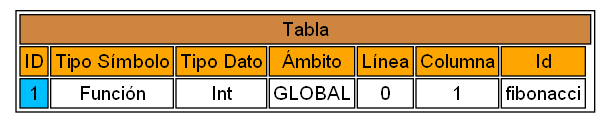
Earlier version of the Graphviz export Server_OLC2/imagenes/tabla.png (sebbbasdl/OLC2_P2_201906085). Its source is kept beside it as Server_OLC2/imagenes/tabla.dot.
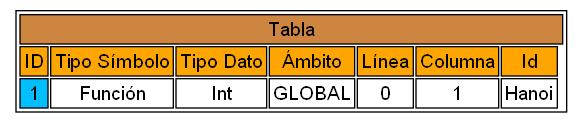
Above is the later version.

What changed in the source:
```diff
@@ -2,6 +2,6 @@
   node [shape=none fontname=Helvetica]
   n1 [label = <<table>
     <tr><td colspan="9" bgcolor="Peru">Tabla</td></tr>
-    <tr><td bgcolor="orange">ID</td><td bgcolor="orange">Tipo Símbolo</td><td bgcolor="orange">Tipo Dato</td><td bgcolor="orange">Ámbito</td><td bgcolor="orange">Línea</td><td bgcolor="orange">Columna</td><td bgcolor="orange">Id</td></tr>    <tr><td bgcolor="#00bfff">1</td><td>Función</td><td>Int</td><td>GLOBAL</td><td>0</td><td>1</td><td>fibonacci</td></tr>
+    <tr><td bgcolor="orange">ID</td><td bgcolor="orange">Tipo Símbolo</td><td bgcolor="orange">Tipo Dato</td><td bgcolor="orange">Ámbito</td><td bgcolor="orange">Línea</td><td bgcolor="orange">Columna</td><td bgcolor="orange">Id</td></tr>    <tr><td bgcolor="#00bfff">1</td><td>Función</td><td>Int</td><td>GLOBAL</td><td>0</td><td>1</td><td>Hanoi</td></tr>
   </table>> ]
 }
```
